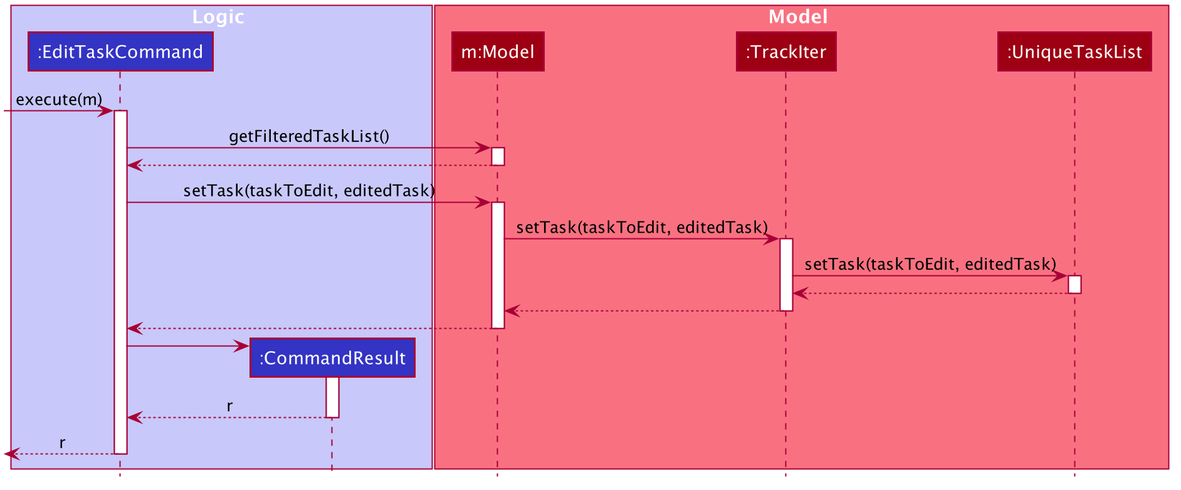
Before: docs/images/EditTaskSequenceDiagram.png, a diagram exported from PlantUML (simonteozw/tp). The source it was exported from:
```plantuml
@startuml








skinparam BackgroundColor #FFFFFFF

skinparam Shadowing false

skinparam Class {
    FontColor #FFFFFF
    BorderThickness 1
    BorderColor #FFFFFF
    StereotypeFontColor #FFFFFF
    FontName Arial
}

skinparam Actor {
    BorderColor #000000
    Color #000000
    FontName Arial
}

skinparam Sequence {
    MessageAlign center
    BoxFontSize 15
    BoxPadding 0
    BoxFontColor #FFFFFF
    FontName Arial
}

skinparam Participant {
    FontColor #FFFFFFF
    Padding 20
}

skinparam MinClassWidth 50
skinparam ParticipantPadding 10
skinparam Shadowing false
skinparam DefaultTextAlignment center
skinparam packageStyle Rectangle

hide footbox
hide members
hide circle

box Logic #C8C8FA
participant ":EditTaskCommand" as EditTaskCommand #3333C4
participant ":CommandResult" as CommandResult #3333C4
end box

box Model #F97181
participant "m:Model" as Model #9D0012
participant ":TrackIter" as TrackIter #9D0012
participant ":UniqueTaskList" as UniqueTaskList #9D0012
end box

[-> EditTaskCommand : execute(m)
activate EditTaskCommand

EditTaskCommand -> Model : getFilteredTaskList()
activate Model

Model --> EditTaskCommand
deactivate Model

EditTaskCommand -> Model : setTask(taskToEdit, editedTask)
activate Model

Model -> TrackIter : setTask(taskToEdit, editedTask)
activate TrackIter

TrackIter -> UniqueTaskList : setTask(taskToEdit, editedTask)
activate UniqueTaskList

UniqueTaskList --> TrackIter
deactivate UniqueTaskList

TrackIter --> Model
deactivate TrackIter

Model --> EditTaskCommand
deactivate Model

create CommandResult
EditTaskCommand -> CommandResult
activate CommandResult

CommandResult --> EditTaskCommand : r
deactivate CommandResult

[<--EditTaskCommand : r
deactivate EditTaskCommand

@enduml
```
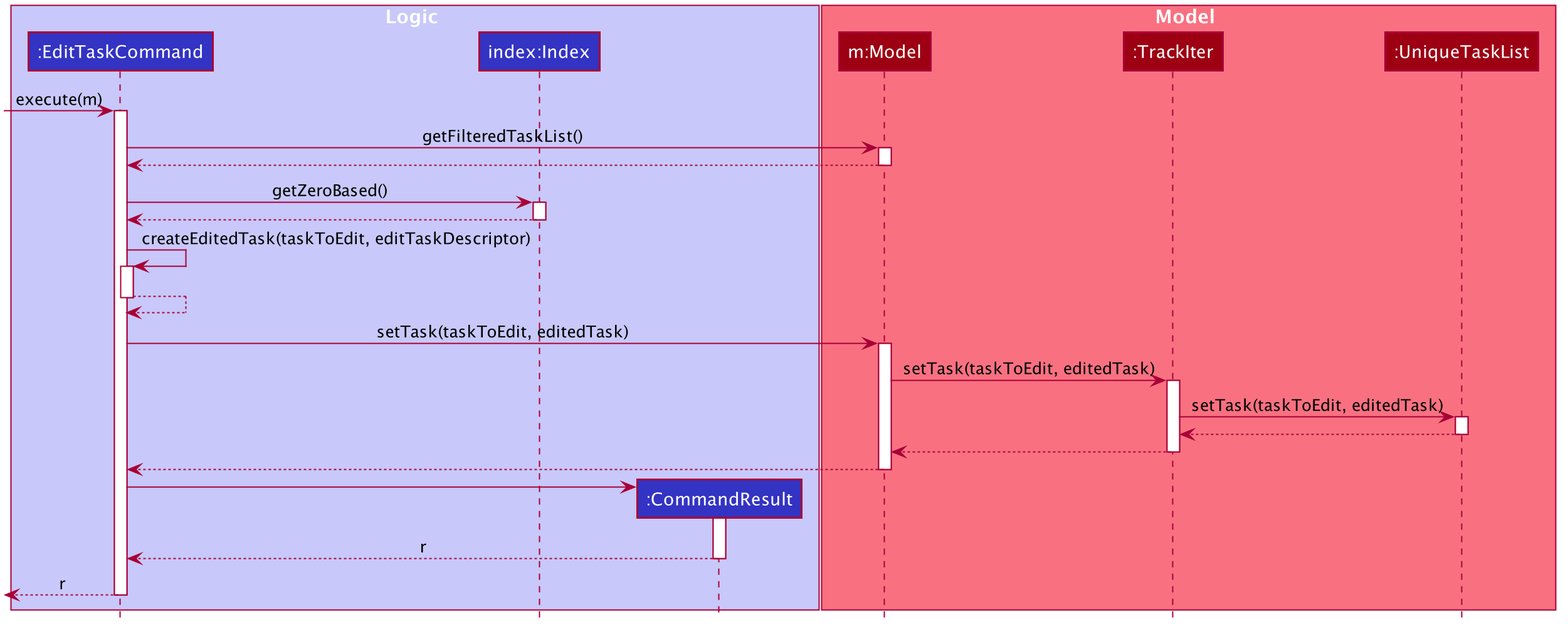
The same diagram one commit later.

Diff of the diagram source:
```diff
@@ -50,6 +50,7 @@
 
 box Logic #C8C8FA
 participant ":EditTaskCommand" as EditTaskCommand #3333C4
+participant "index:Index" as index #3333C4
 participant ":CommandResult" as CommandResult #3333C4
 end box
 
@@ -67,6 +68,17 @@
 
 Model --> EditTaskCommand
 deactivate Model
+
+EditTaskCommand -> index : getZeroBased()
+activate index
+
+index --> EditTaskCommand
+deactivate index
+
+EditTaskCommand -> EditTaskCommand : createEditedTask(taskToEdit, editTaskDescriptor)
+activate EditTaskCommand
+EditTaskCommand --> EditTaskCommand
+deactivate EditTaskCommand
 
 EditTaskCommand -> Model : setTask(taskToEdit, editedTask)
 activate Model
```
